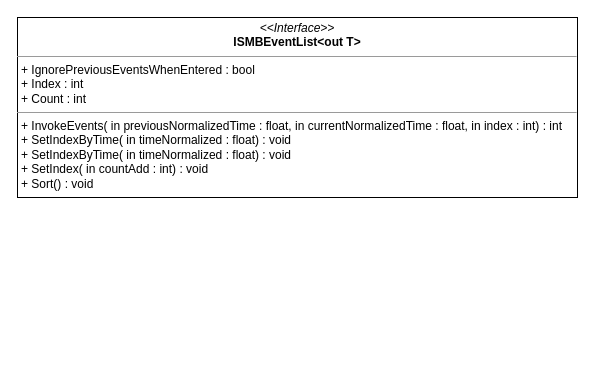
Before: Silksong/Assets/Animator/SMBEvent/Untitled Diagram.drawio in as-demo-1/song_of_soul, a draw.io diagram. Source tidied: cells renumbered, new cells numbered last; positions are measured from the earlier drawing's top-left corner, leaving out a move shared by most shapes. Both pictures are drawn from the tidied source at 100%, with x=0, y=0 at pixel (17, 17).
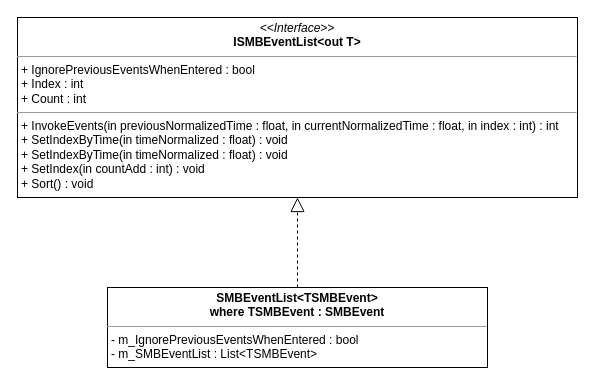
The same diagram, later.

Change to the diagram source:
```diff
@@
 <mxGraphModel>
   <root>
     <mxCell id="0" />
     <mxCell id="1" parent="0" />
-    <mxCell id="2" value="&lt;p style=&quot;margin: 0px ; margin-top: 4px ; text-align: center&quot;&gt;&lt;i&gt;&amp;lt;&amp;lt;Interface&amp;gt;&amp;gt;&lt;/i&gt;&lt;br&gt;&lt;b&gt;ISMBEventList&amp;lt;out T&amp;gt;&lt;/b&gt;&lt;br&gt;&lt;/p&gt;&lt;hr size=&quot;1&quot;&gt;&lt;p style=&quot;margin: 0px ; margin-left: 4px&quot;&gt;+ IgnorePreviousEventsWhenEntered : bool&lt;br&gt;+ Index : int&lt;/p&gt;&lt;p style=&quot;margin: 0px ; margin-left: 4px&quot;&gt;+ Count : int&lt;/p&gt;&lt;hr size=&quot;1&quot;&gt;&lt;p style=&quot;margin: 0px ; margin-left: 4px&quot;&gt;+ InvokeEvents( in previousNormalizedTime : float, in currentNormalizedTime : float, in index : int) : int&lt;br&gt;+ SetIndexByTime( in timeNormalized : float&lt;span&gt;) : void&lt;/span&gt;&lt;/p&gt;&lt;p style=&quot;margin: 0px ; margin-left: 4px&quot;&gt;&lt;span&gt;+&amp;nbsp;&lt;/span&gt;&lt;span&gt;SetIndexByTime( in timeNormalized : float) : void&lt;/span&gt;&lt;/p&gt;&lt;p style=&quot;margin: 0px ; margin-left: 4px&quot;&gt;&lt;span&gt;+ SetIndex( in countAdd : int) : void&lt;/span&gt;&lt;/p&gt;&lt;p style=&quot;margin: 0px 0px 0px 4px&quot;&gt;+ Sort() : void&lt;/p&gt;" style="verticalAlign=top;align=left;overflow=fill;fontSize=12;fontFamily=Helvetica;html=1;fillColor=default;gradientColor=none;direction=west;" parent="1" vertex="1">
+    <mxCell id="2" value="&lt;p style=&quot;margin: 0px ; margin-top: 4px ; text-align: center&quot;&gt;&lt;i&gt;&amp;lt;&amp;lt;Interface&amp;gt;&amp;gt;&lt;/i&gt;&lt;br&gt;&lt;b&gt;ISMBEventList&amp;lt;out T&amp;gt;&lt;/b&gt;&lt;br&gt;&lt;/p&gt;&lt;hr size=&quot;1&quot;&gt;&lt;p style=&quot;margin: 0px ; margin-left: 4px&quot;&gt;+ IgnorePreviousEventsWhenEntered : bool&lt;br&gt;+ Index : int&lt;/p&gt;&lt;p style=&quot;margin: 0px ; margin-left: 4px&quot;&gt;+ Count : int&lt;/p&gt;&lt;hr size=&quot;1&quot;&gt;&lt;p style=&quot;margin: 0px ; margin-left: 4px&quot;&gt;+ InvokeEvents(in previousNormalizedTime : float, in currentNormalizedTime : float, in index : int) : int&lt;br&gt;+ SetIndexByTime(in timeNormalized : float&lt;span&gt;) : void&lt;/span&gt;&lt;/p&gt;&lt;p style=&quot;margin: 0px ; margin-left: 4px&quot;&gt;&lt;span&gt;+&amp;nbsp;&lt;/span&gt;&lt;span&gt;SetIndexByTime(in timeNormalized : float) : void&lt;/span&gt;&lt;/p&gt;&lt;p style=&quot;margin: 0px ; margin-left: 4px&quot;&gt;&lt;span&gt;+ SetIndex(in countAdd : int) : void&lt;/span&gt;&lt;/p&gt;&lt;p style=&quot;margin: 0px 0px 0px 4px&quot;&gt;+ Sort() : void&lt;/p&gt;" style="verticalAlign=top;align=left;overflow=fill;fontSize=12;fontFamily=Helvetica;html=1;fillColor=default;gradientColor=none;direction=west;" parent="1" vertex="1">
       <mxGeometry width="560" height="180" as="geometry" />
     </mxCell>
+    <mxCell id="3" value="&lt;p style=&quot;margin: 0px ; margin-top: 4px ; text-align: center&quot;&gt;&lt;b&gt;SMBEventList&amp;lt;&lt;/b&gt;&lt;b&gt;TSMBEvent&amp;gt;&lt;/b&gt;&lt;/p&gt;&lt;div style=&quot;text-align: center&quot;&gt;&lt;span&gt;&lt;b&gt;where TSMBEvent : SMBEvent&lt;/b&gt;&lt;/span&gt;&lt;/div&gt;&lt;hr size=&quot;1&quot;&gt;&lt;p style=&quot;margin: 0px ; margin-left: 4px&quot;&gt;- m_IgnorePreviousEventsWhenEntered : bool&lt;/p&gt;&lt;p style=&quot;margin: 0px ; margin-left: 4px&quot;&gt;- m_SMBEventList : List&amp;lt;TSMBEvent&amp;gt;&lt;/p&gt;&lt;p style=&quot;margin: 0px ; margin-left: 4px&quot;&gt;&lt;br&gt;&lt;/p&gt;" style="verticalAlign=top;align=left;overflow=fill;fontSize=12;fontFamily=Helvetica;html=1;fillColor=default;gradientColor=none;" parent="1" vertex="1">
+      <mxGeometry x="90" y="270" width="380" height="80" as="geometry" />
+    </mxCell>
+    <mxCell id="4" style="endArrow=block;dashed=1;endFill=0;endSize=12;html=1;rounded=0;entryX=0.5;entryY=0;entryDx=0;entryDy=0;exitX=0.5;exitY=0;exitDx=0;exitDy=0;" parent="1" edge="1" source="3" target="2">
+      <mxGeometry relative="1" as="geometry" />
+    </mxCell>
   </root>
 </mxGraphModel>
```
